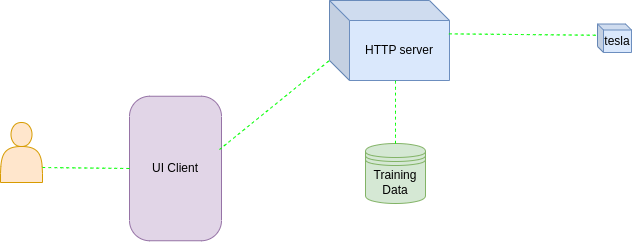
John321Blacksmith/tesla keeps this draw.io diagram as plan/physical_view.png. Above is the earlier version. Source tidied: cells renumbered, new cells last; positions are measured from the earlier drawing's top-left corner, leaving out a move shared by most shapes. Source of this version:
```xml
<mxGraphModel>
  <root>
    <mxCell id="0" />
    <mxCell id="1" parent="0" />
    <mxCell id="2" value="Training Data" style="shape=datastore;whiteSpace=wrap;html=1;fillColor=#d5e8d4;strokeColor=#82b366;" parent="1" vertex="1">
      <mxGeometry x="365" y="143" width="60" height="60" as="geometry" />
    </mxCell>
    <mxCell id="3" value="HTTP server" style="shape=cube;whiteSpace=wrap;html=1;boundedLbl=1;backgroundOutline=1;darkOpacity=0.05;darkOpacity2=0.1;fillColor=#dae8fc;strokeColor=#6c8ebf;" parent="1" vertex="1">
      <mxGeometry x="329" width="120" height="80" as="geometry" />
    </mxCell>
    <mxCell id="4" value="UI Client" style="rounded=1;whiteSpace=wrap;html=1;rotation=0;arcSize=22;fillColor=#e1d5e7;strokeColor=#9673a6;" parent="1" vertex="1">
      <mxGeometry x="129" y="95.8" width="92" height="144.5" as="geometry" />
    </mxCell>
    <mxCell id="5" style="shape=actor;whiteSpace=wrap;html=1;fillColor=#ffe6cc;strokeColor=#d79b00;" parent="1" vertex="1">
      <mxGeometry y="122" width="42" height="60" as="geometry" />
    </mxCell>
    <mxCell id="6" value="tesla" style="shape=cube;whiteSpace=wrap;html=1;boundedLbl=1;backgroundOutline=1;darkOpacity=0.05;darkOpacity2=0.1;size=6;fillColor=#dae8fc;strokeColor=#6c8ebf;" parent="1" vertex="1">
      <mxGeometry x="597" y="23.5" width="34" height="28.5" as="geometry" />
    </mxCell>
    <mxCell id="7" style="endArrow=none;dashed=1;html=1;rounded=0;fontSize=12;startSize=8;endSize=8;curved=1;entryX=0;entryY=0;entryDx=0;entryDy=60;entryPerimeter=0;exitX=0.978;exitY=0.369;exitDx=0;exitDy=0;exitPerimeter=0;strokeColor=#00FF00;" parent="1" edge="1" source="4" target="3">
      <mxGeometry relative="1" as="geometry" />
    </mxCell>
    <mxCell id="8" style="endArrow=none;dashed=1;html=1;rounded=0;fontSize=12;startSize=8;endSize=8;curved=1;entryX=0.55;entryY=1.004;entryDx=0;entryDy=0;entryPerimeter=0;exitX=0.5;exitY=0;exitDx=0;exitDy=0;strokeColor=#00FF00;" parent="1" edge="1" source="2" target="3">
      <mxGeometry relative="1" as="geometry" />
    </mxCell>
    <mxCell id="9" style="endArrow=none;dashed=1;html=1;rounded=0;fontSize=12;startSize=8;endSize=8;curved=1;exitX=0.995;exitY=0.417;exitDx=0;exitDy=0;exitPerimeter=0;strokeColor=#00FF00;entryX=0;entryY=0;entryDx=0;entryDy=11.25;entryPerimeter=0;" parent="1" edge="1" source="3" target="6">
      <mxGeometry relative="1" as="geometry" />
    </mxCell>
    <mxCell id="10" style="endArrow=none;dashed=1;html=1;rounded=0;fontSize=12;startSize=8;endSize=8;curved=1;entryX=0;entryY=0.5;entryDx=0;entryDy=0;exitX=1;exitY=0.75;exitDx=0;exitDy=0;strokeColor=#00FF00;" parent="1" edge="1" source="5" target="4">
      <mxGeometry relative="1" as="geometry" />
    </mxCell>
  </root>
</mxGraphModel>
```
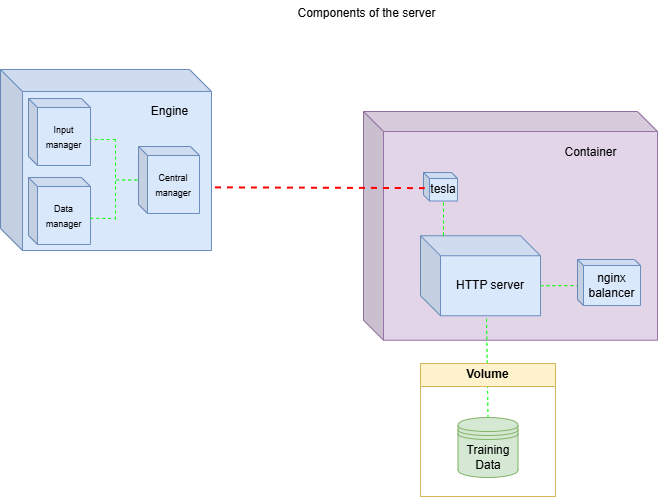
The same diagram one commit later.

Commit message:
changed components diagramm

Diff of the diagram source:
```diff
@@ -2,32 +2,80 @@
   <root>
     <mxCell id="0" />
     <mxCell id="1" parent="0" />
+    <mxCell id="11" style="shape=cube;whiteSpace=wrap;html=1;boundedLbl=1;backgroundOutline=1;darkOpacity=0.05;darkOpacity2=0.1;fillColor=#e1d5e7;strokeColor=#9673a6;" parent="1" vertex="1">
+      <mxGeometry x="252" y="-100" width="294" height="228.8" as="geometry" />
+    </mxCell>
+    <mxCell id="3" value="HTTP server" style="shape=cube;whiteSpace=wrap;html=1;boundedLbl=1;backgroundOutline=1;darkOpacity=0.05;darkOpacity2=0.1;fillColor=#dae8fc;strokeColor=#6c8ebf;" parent="1" vertex="1">
+      <mxGeometry x="309" y="24.2" width="120" height="80" as="geometry" />
+    </mxCell>
+    <mxCell id="6" value="tesla" style="shape=cube;whiteSpace=wrap;html=1;boundedLbl=1;backgroundOutline=1;darkOpacity=0.05;darkOpacity2=0.1;size=6;fillColor=#dae8fc;strokeColor=#6c8ebf;" parent="1" vertex="1">
+      <mxGeometry x="312" y="-39" width="34" height="28.5" as="geometry" />
+    </mxCell>
+    <mxCell id="8" style="endArrow=none;dashed=1;html=1;rounded=0;fontSize=12;startSize=8;endSize=8;curved=1;entryX=0.55;entryY=1.004;entryDx=0;entryDy=0;entryPerimeter=0;exitX=0.5;exitY=0;exitDx=0;exitDy=0;strokeColor=#00FF00;" parent="1" edge="1" source="2" target="3">
+      <mxGeometry relative="1" as="geometry" />
+    </mxCell>
+    <mxCell id="12" style="endArrow=none;dashed=1;html=1;rounded=0;fontSize=12;startSize=8;endSize=8;curved=1;entryX=0;entryY=0;entryDx=20;entryDy=28.5;entryPerimeter=0;strokeColor=#00FF00;" parent="1" edge="1" target="6">
+      <mxGeometry relative="1" as="geometry">
+        <mxPoint x="332" y="24" as="sourcePoint" />
+      </mxGeometry>
+    </mxCell>
+    <mxCell id="13" style="endArrow=none;dashed=1;html=1;rounded=0;fontSize=12;startSize=8;endSize=8;curved=1;entryX=0.028;entryY=0.566;entryDx=0;entryDy=0;entryPerimeter=0;exitX=0;exitY=0;exitDx=120;exitDy=50;strokeColor=#00FF00;exitPerimeter=0;" parent="1" edge="1" source="3" target="15">
+      <mxGeometry relative="1" as="geometry" />
+    </mxCell>
+    <mxCell id="14" value="Container" style="text;html=1;align=center;verticalAlign=middle;strokeColor=none;fillColor=none;" parent="1" vertex="1">
+      <mxGeometry x="444" y="-72" width="70" height="26" as="geometry" />
+    </mxCell>
+    <mxCell id="15" value="nginx&lt;div&gt;balancer&lt;/div&gt;" style="shape=cube;whiteSpace=wrap;html=1;boundedLbl=1;backgroundOutline=1;darkOpacity=0.05;darkOpacity2=0.1;size=6;fillColor=#dae8fc;strokeColor=#6c8ebf;" parent="1" vertex="1">
+      <mxGeometry x="466" y="48" width="63" height="46" as="geometry" />
+    </mxCell>
+    <mxCell id="16" value="Volume" style="swimlane;whiteSpace=wrap;html=1;fillColor=#fff2cc;strokeColor=#d6b656;" parent="1" vertex="1">
+      <mxGeometry x="309" y="152" width="135" height="133" as="geometry" />
+    </mxCell>
-    <mxCell id="2" value="Training Data" style="shape=datastore;whiteSpace=wrap;html=1;fillColor=#d5e8d4;strokeColor=#82b366;" parent="1" vertex="1">
-      <mxGeometry x="365" y="143" width="60" height="60" as="geometry" />
+    <mxCell id="2" value="Training Data" style="shape=datastore;whiteSpace=wrap;html=1;fillColor=#d5e8d4;strokeColor=#82b366;" parent="16" vertex="1">
+      <mxGeometry x="37.5" y="54" width="60" height="60" as="geometry" />
     </mxCell>
-    <mxCell id="3" value="HTTP server" style="shape=cube;whiteSpace=wrap;html=1;boundedLbl=1;backgroundOutline=1;darkOpacity=0.05;darkOpacity2=0.1;fillColor=#dae8fc;strokeColor=#6c8ebf;" parent="1" vertex="1">
-      <mxGeometry x="329" width="120" height="80" as="geometry" />
-    </mxCell>
-    <mxCell id="4" value="UI Client" style="rounded=1;whiteSpace=wrap;html=1;rotation=0;arcSize=22;fillColor=#e1d5e7;strokeColor=#9673a6;" parent="1" vertex="1">
-      <mxGeometry x="129" y="95.8" width="92" height="144.5" as="geometry" />
-    </mxCell>
-    <mxCell id="5" style="shape=actor;whiteSpace=wrap;html=1;fillColor=#ffe6cc;strokeColor=#d79b00;" parent="1" vertex="1">
-      <mxGeometry y="122" width="42" height="60" as="geometry" />
-    </mxCell>
-    <mxCell id="6" value="tesla" style="shape=cube;whiteSpace=wrap;html=1;boundedLbl=1;backgroundOutline=1;darkOpacity=0.05;darkOpacity2=0.1;size=6;fillColor=#dae8fc;strokeColor=#6c8ebf;" parent="1" vertex="1">
-      <mxGeometry x="597" y="23.5" width="34" height="28.5" as="geometry" />
-    </mxCell>
-    <mxCell id="7" style="endArrow=none;dashed=1;html=1;rounded=0;fontSize=12;startSize=8;endSize=8;curved=1;entryX=0;entryY=0;entryDx=0;entryDy=60;entryPerimeter=0;exitX=0.978;exitY=0.369;exitDx=0;exitDy=0;exitPerimeter=0;strokeColor=#00FF00;" parent="1" edge="1" source="4" target="3">
-      <mxGeometry relative="1" as="geometry" />
-    </mxCell>
-    <mxCell id="8" style="endArrow=none;dashed=1;html=1;rounded=0;fontSize=12;startSize=8;endSize=8;curved=1;entryX=0.55;entryY=1.004;entryDx=0;entryDy=0;entryPerimeter=0;exitX=0.5;exitY=0;exitDx=0;exitDy=0;strokeColor=#00FF00;" parent="1" edge="1" source="2" target="3">
-      <mxGeometry relative="1" as="geometry" />
-    </mxCell>
-    <mxCell id="9" style="endArrow=none;dashed=1;html=1;rounded=0;fontSize=12;startSize=8;endSize=8;curved=1;exitX=0.995;exitY=0.417;exitDx=0;exitDy=0;exitPerimeter=0;strokeColor=#00FF00;entryX=0;entryY=0;entryDx=0;entryDy=11.25;entryPerimeter=0;" parent="1" edge="1" source="3" target="6">
-      <mxGeometry relative="1" as="geometry" />
-    </mxCell>
-    <mxCell id="10" style="endArrow=none;dashed=1;html=1;rounded=0;fontSize=12;startSize=8;endSize=8;curved=1;entryX=0;entryY=0.5;entryDx=0;entryDy=0;exitX=1;exitY=0.75;exitDx=0;exitDy=0;strokeColor=#00FF00;" parent="1" edge="1" source="5" target="4">
-      <mxGeometry relative="1" as="geometry" />
-    </mxCell>
+    <mxCell id="17" style="shape=cube;whiteSpace=wrap;html=1;boundedLbl=1;backgroundOutline=1;darkOpacity=0.05;darkOpacity2=0.1;size=22;fillColor=#dae8fc;strokeColor=#6c8ebf;" parent="1" vertex="1">
+      <mxGeometry x="-111" y="-142" width="211" height="181" as="geometry" />
+    </mxCell>
+    <mxCell id="18" value="&lt;font style=&quot;font-size: 9px;&quot;&gt;Input manager&lt;/font&gt;" style="shape=cube;whiteSpace=wrap;html=1;boundedLbl=1;backgroundOutline=1;darkOpacity=0.05;darkOpacity2=0.1;size=9;fillColor=#dae8fc;strokeColor=#6c8ebf;" parent="1" vertex="1">
+      <mxGeometry x="-83" y="-113" width="62" height="67" as="geometry" />
+    </mxCell>
+    <mxCell id="19" value="&lt;font style=&quot;font-size: 9px;&quot;&gt;Data manager&lt;/font&gt;" style="shape=cube;whiteSpace=wrap;html=1;boundedLbl=1;backgroundOutline=1;darkOpacity=0.05;darkOpacity2=0.1;size=9;fillColor=#dae8fc;strokeColor=#6c8ebf;" parent="1" vertex="1">
+      <mxGeometry x="-83" y="-34" width="62" height="67" as="geometry" />
+    </mxCell>
+    <mxCell id="20" value="&lt;font style=&quot;font-size: 9px;&quot;&gt;Central manager&lt;/font&gt;" style="shape=cube;whiteSpace=wrap;html=1;boundedLbl=1;backgroundOutline=1;darkOpacity=0.05;darkOpacity2=0.1;size=9;fillColor=#dae8fc;strokeColor=#6c8ebf;" parent="1" vertex="1">
+      <mxGeometry x="27" y="-65" width="61" height="67" as="geometry" />
+    </mxCell>
+    <mxCell id="21" style="endArrow=none;dashed=1;html=1;rounded=0;fontSize=12;startSize=8;endSize=8;curved=1;entryX=0.55;entryY=1.004;entryDx=0;entryDy=0;entryPerimeter=0;strokeColor=#00FF00;" parent="1" edge="1">
+      <mxGeometry relative="1" as="geometry">
+        <mxPoint x="4" y="8" as="sourcePoint" />
+        <mxPoint x="4" y="-72" as="targetPoint" />
+      </mxGeometry>
+    </mxCell>
+    <mxCell id="22" style="endArrow=none;dashed=1;html=1;rounded=0;fontSize=12;startSize=8;endSize=8;curved=1;strokeColor=#00FF00;exitX=1;exitY=0.609;exitDx=0;exitDy=0;exitPerimeter=0;" parent="1" edge="1" source="19">
+      <mxGeometry relative="1" as="geometry">
+        <mxPoint x="4" y="7" as="targetPoint" />
+      </mxGeometry>
+    </mxCell>
+    <mxCell id="23" style="endArrow=none;dashed=1;html=1;rounded=0;fontSize=12;startSize=8;endSize=8;curved=1;entryX=0.55;entryY=1.004;entryDx=0;entryDy=0;entryPerimeter=0;strokeColor=#00FF00;" parent="1" edge="1">
+      <mxGeometry relative="1" as="geometry">
+        <mxPoint x="4" y="-72" as="sourcePoint" />
+        <mxPoint x="-21" y="-72" as="targetPoint" />
+      </mxGeometry>
+    </mxCell>
+    <mxCell id="24" style="endArrow=none;dashed=1;html=1;rounded=0;fontSize=12;startSize=8;endSize=8;curved=1;strokeColor=#00FF00;exitX=1;exitY=0.609;exitDx=0;exitDy=0;exitPerimeter=0;entryX=-0.01;entryY=0.5;entryDx=0;entryDy=0;entryPerimeter=0;" parent="1" edge="1" target="20">
+      <mxGeometry relative="1" as="geometry">
+        <mxPoint x="5" y="-31.6" as="sourcePoint" />
+      </mxGeometry>
+    </mxCell>
+    <mxCell id="25" style="endArrow=none;dashed=1;html=1;rounded=0;fontSize=12;startSize=8;endSize=8;curved=1;entryX=0.998;entryY=0.651;entryDx=0;entryDy=0;entryPerimeter=0;exitX=0.038;exitY=0.548;exitDx=0;exitDy=0;strokeColor=#ff0000;exitPerimeter=0;strokeWidth=2;" parent="1" edge="1" source="6" target="17">
+      <mxGeometry relative="1" as="geometry" />
+    </mxCell>
+    <mxCell id="26" value="Engine" style="text;html=1;align=center;verticalAlign=middle;strokeColor=none;fillColor=none;" parent="1" vertex="1">
+      <mxGeometry x="30.5" y="-113" width="55" height="26" as="geometry" />
+    </mxCell>
+    <mxCell id="27" value="Components of the server" style="text;html=1;align=center;verticalAlign=middle;strokeColor=none;fillColor=none;" parent="1" vertex="1">
+      <mxGeometry x="177" y="-211" width="156" height="26" as="geometry" />
+    </mxCell>
   </root>
 </mxGraphModel>
```
